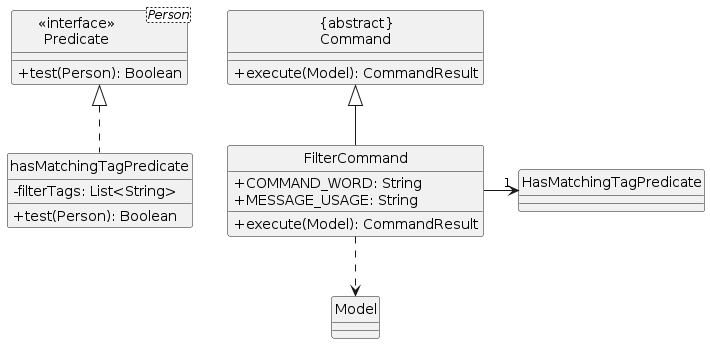
Above: diagrams/FilterCommandClass.png in AY2324S2-CS2103T-W09-3/tp (PlantUML), before the change. Its source is kept beside it as diagrams/FilterCommandClass.puml.
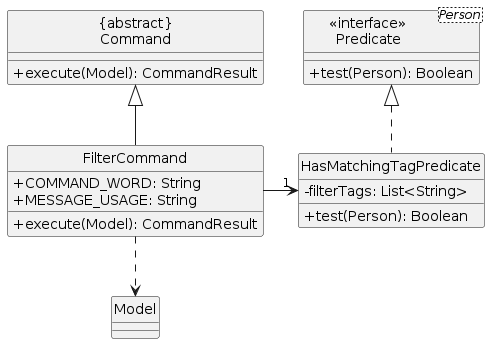
The same file after the commit.

Diff of the diagram source:
```diff
@@ -10,7 +10,7 @@
   +MESSAGE_USAGE: String
   +execute(Model): CommandResult
 }
-Class hasMatchingTagPredicate {
+Class HasMatchingTagPredicate {
   -filterTags: List<String>
   +test(Person): Boolean
 }
@@ -22,6 +22,6 @@
 FilterCommand -up-|> Command
 FilterCommand -> "1" HasMatchingTagPredicate
 FilterCommand .down.> Model
-hasMatchingTagPredicate .up.|> Predicate
+HasMatchingTagPredicate .up.|> Predicate
 
 @enduml
```
